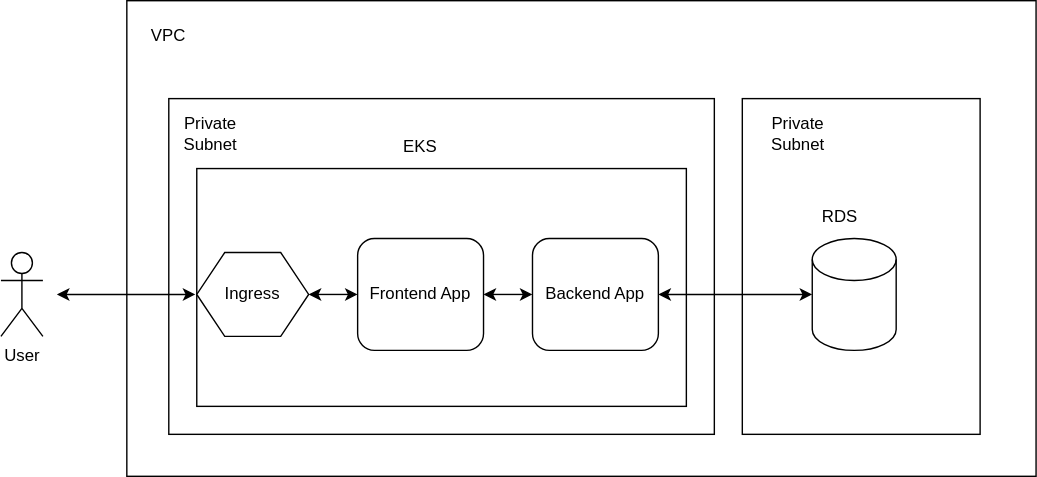
joekyo/devops-tasks keeps this draw.io diagram as images/aws.svg. Above is the earlier version. Source tidied: cells renumbered, new cells last; positions are measured from the earlier drawing's top-left corner, leaving out a move shared by most shapes.
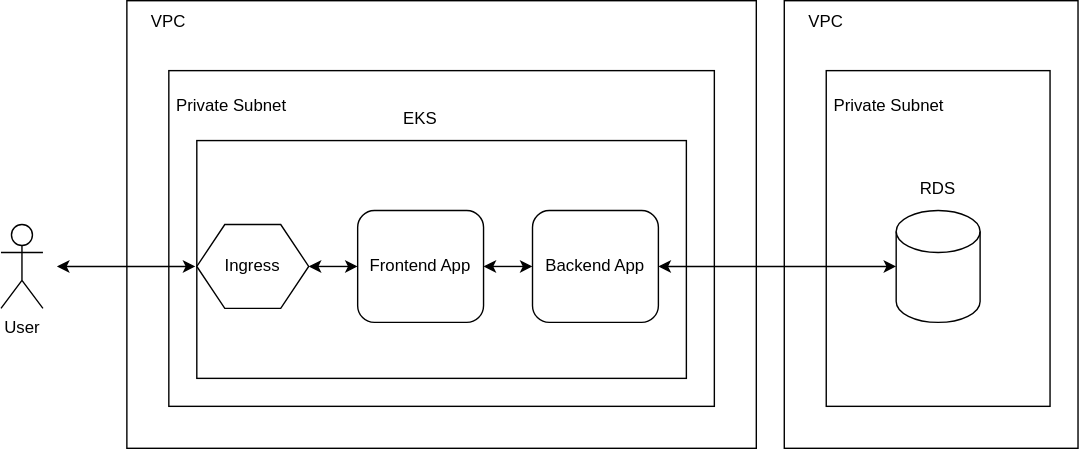
After the change.

What changed in the source:
```diff
@@ -2,29 +2,32 @@
   <root>
     <mxCell id="0" />
     <mxCell id="1" parent="0" />
+    <mxCell id="20" style="rounded=0;whiteSpace=wrap;html=1;" parent="1" vertex="1">
+      <mxGeometry x="560" y="20" width="210" height="320" as="geometry" />
+    </mxCell>
     <mxCell id="2" style="whiteSpace=wrap;html=1;" parent="1" vertex="1">
-      <mxGeometry x="90" width="650" height="340" as="geometry" />
+      <mxGeometry x="90" y="20" width="450" height="320" as="geometry" />
     </mxCell>
     <mxCell id="3" value="VPC" style="text;html=1;whiteSpace=wrap;strokeColor=none;fillColor=none;align=center;verticalAlign=middle;rounded=0;" parent="1" vertex="1">
-      <mxGeometry x="90" y="10" width="60" height="30" as="geometry" />
+      <mxGeometry x="90" y="20" width="60" height="30" as="geometry" />
     </mxCell>
     <mxCell id="4" style="rounded=0;whiteSpace=wrap;html=1;" parent="1" vertex="1">
       <mxGeometry x="120" y="70" width="390" height="240" as="geometry" />
     </mxCell>
     <mxCell id="5" style="rounded=0;whiteSpace=wrap;html=1;" parent="1" vertex="1">
-      <mxGeometry x="530" y="70" width="170" height="240" as="geometry" />
+      <mxGeometry x="590" y="70" width="160" height="240" as="geometry" />
     </mxCell>
     <mxCell id="6" style="shape=cylinder3;whiteSpace=wrap;html=1;boundedLbl=1;backgroundOutline=1;size=15;" parent="1" vertex="1">
-      <mxGeometry x="580" y="170" width="60" height="80" as="geometry" />
+      <mxGeometry x="640" y="170" width="60" height="80" as="geometry" />
     </mxCell>
     <mxCell id="7" value="Private Subnet" style="text;html=1;whiteSpace=wrap;strokeColor=none;fillColor=none;align=center;verticalAlign=middle;rounded=0;" parent="1" vertex="1">
-      <mxGeometry x="540" y="80" width="60" height="30" as="geometry" />
+      <mxGeometry x="590" y="80" width="90" height="30" as="geometry" />
     </mxCell>
     <mxCell id="8" value="Private Subnet" style="text;html=1;whiteSpace=wrap;strokeColor=none;fillColor=none;align=center;verticalAlign=middle;rounded=0;" parent="1" vertex="1">
-      <mxGeometry x="120" y="80" width="60" height="30" as="geometry" />
+      <mxGeometry x="120" y="80" width="90" height="30" as="geometry" />
     </mxCell>
     <mxCell id="9" value="RDS" style="text;html=1;whiteSpace=wrap;strokeColor=none;fillColor=none;align=center;verticalAlign=middle;rounded=0;" parent="1" vertex="1">
-      <mxGeometry x="570" y="140" width="60" height="30" as="geometry" />
+      <mxGeometry x="640" y="140" width="60" height="30" as="geometry" />
     </mxCell>
     <mxCell id="10" style="rounded=0;whiteSpace=wrap;html=1;" parent="1" vertex="1">
       <mxGeometry x="140" y="120" width="350" height="170" as="geometry" />
@@ -59,5 +62,8 @@
         <mxPoint x="139" y="210" as="targetPoint" />
       </mxGeometry>
     </mxCell>
+    <mxCell id="21" value="VPC" style="text;html=1;whiteSpace=wrap;strokeColor=none;fillColor=none;align=center;verticalAlign=middle;rounded=0;" parent="1" vertex="1">
+      <mxGeometry x="560" y="20" width="60" height="30" as="geometry" />
+    </mxCell>
   </root>
 </mxGraphModel>
```
